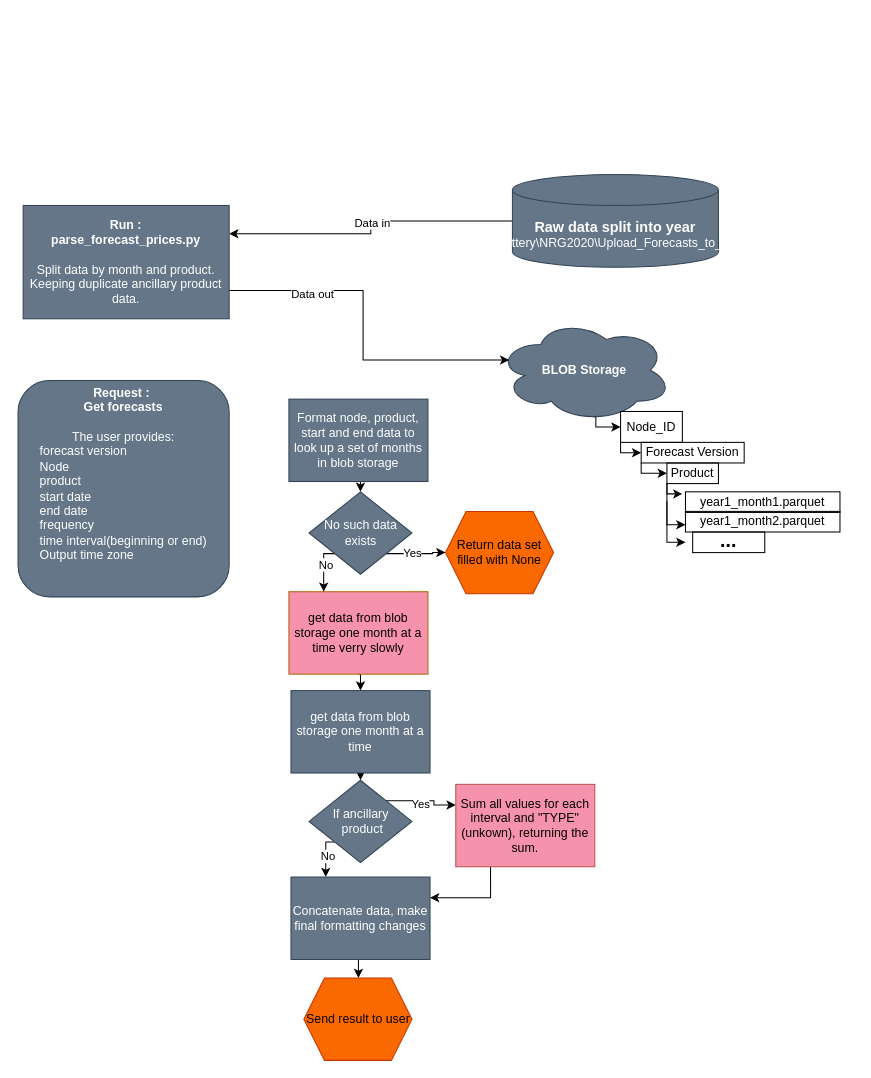
Above: page "Page-1" (1 of 2) of design_prop_1.drawio in rmFlynn/Wrighton_diagrams (draw.io), before the change. Source tidied: cells renumbered, new cells numbered last; positions are measured from the earlier drawing's top-left corner, leaving out a move shared by most shapes. Both pictures are drawn from the tidied source at 103%, with x=0, y=0 at pixel (18, 174).
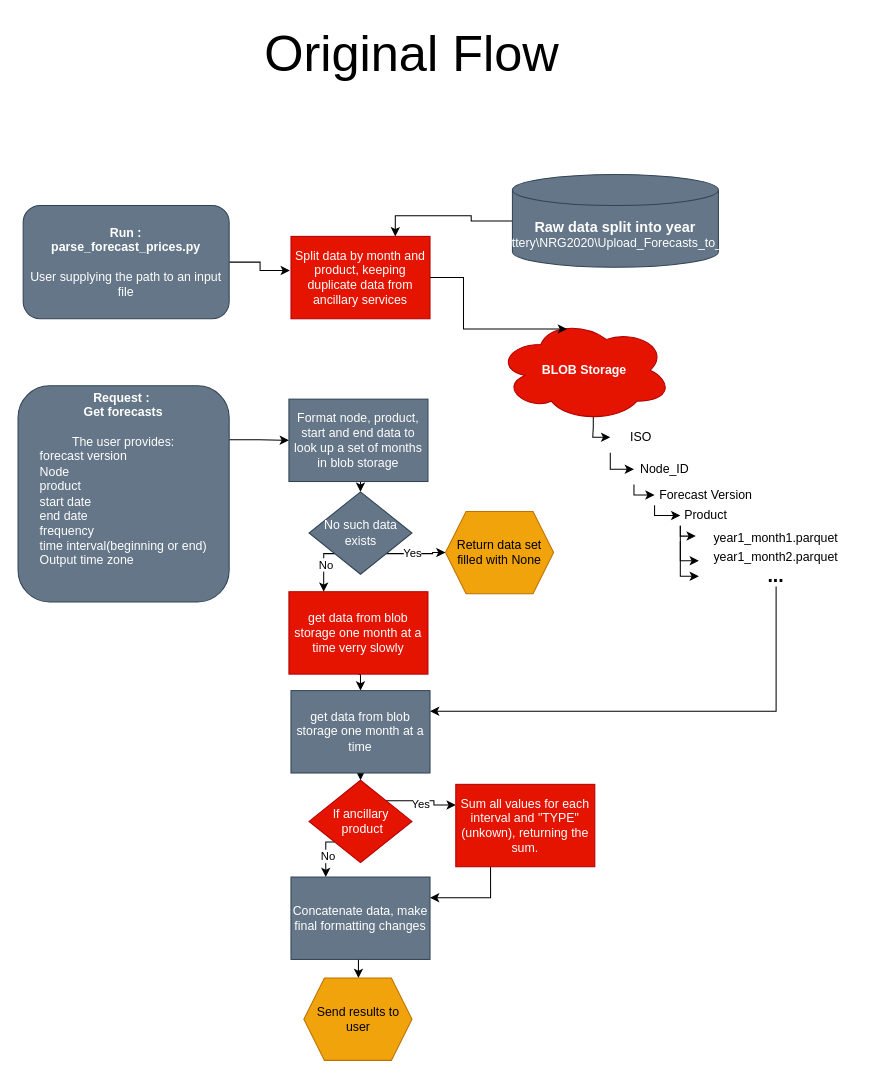
The same page after the edit.

Unchanged cells that the change refers to:
```xml
<mxCell id="4" value="&lt;font style=&quot;font-size: 14px;&quot;&gt;&lt;b&gt;Raw data split into year&lt;/b&gt;&lt;/font&gt;&lt;br&gt;\\ds01\Battery\NRG2020\Upload_Forecasts_to_Traverse" style="shape=cylinder3;whiteSpace=wrap;html=1;boundedLbl=1;backgroundOutline=1;size=15;fillColor=#647687;fontColor=#ffffff;strokeColor=#314354;" parent="1" vertex="1">
  <mxGeometry x="480" width="200" height="90" as="geometry" />
</mxCell>
<mxCell id="24" value="&lt;div&gt;Format node, product, start and end data to look up a set of months in blob storage&lt;/div&gt;" style="rounded=0;whiteSpace=wrap;html=1;fillColor=#647687;fontColor=#ffffff;strokeColor=#314354;" parent="1" vertex="1">
  <mxGeometry x="263" y="218" width="135" height="80" as="geometry" />
</mxCell>
<mxCell id="32" value="get data from blob storage one month at a time" style="rounded=0;whiteSpace=wrap;html=1;fillColor=#647687;fontColor=#ffffff;strokeColor=#314354;" parent="1" vertex="1">
  <mxGeometry x="265" y="501" width="135" height="80" as="geometry" />
</mxCell>
```

What changed in the source:
```diff
@@
-    <mxCell id="2" style="edgeStyle=orthogonalEdgeStyle;rounded=0;jettySize=auto;html=1;exitX=0;exitY=0.5;exitDx=0;exitDy=0;exitPerimeter=0;entryX=0;entryY=0.75;entryDx=0;entryDy=0;" parent="1" edge="1" source="4" target="16">
-      <mxGeometry relative="1" as="geometry" />
-    </mxCell>
-    <mxCell id="3" value="Data in" style="edgeLabel;html=1;align=center;verticalAlign=middle;" parent="2" vertex="1">
-      <mxGeometry x="-0.03" y="1" relative="1" as="geometry" />
-    </mxCell>
+    <mxCell id="44" style="edgeStyle=orthogonalEdgeStyle;rounded=0;jettySize=auto;html=1;exitX=0;exitY=0.5;exitDx=0;exitDy=0;exitPerimeter=0;entryX=0.75;entryY=0;entryDx=0;entryDy=0;" parent="1" edge="1" source="4" target="53">
+      <mxGeometry relative="1" as="geometry" />
+    </mxCell>
@@
-    <mxCell id="5" style="edgeStyle=orthogonalEdgeStyle;rounded=0;jettySize=auto;html=1;exitX=0.55;exitY=0.95;exitDx=0;exitDy=0;exitPerimeter=0;entryX=0;entryY=0.5;entryDx=0;entryDy=0;strokeColor=#000000;" parent="1" edge="1" source="6" target="8">
+    <mxCell id="5" style="edgeStyle=orthogonalEdgeStyle;rounded=0;jettySize=auto;html=1;exitX=0.55;exitY=0.95;exitDx=0;exitDy=0;exitPerimeter=0;entryX=0;entryY=0.5;entryDx=0;entryDy=0;strokeColor=#000000;" parent="1" edge="1" source="6" target="49">
       <mxGeometry relative="1" as="geometry">
         <Array as="points">
-          <mxPoint x="561" y="245" />
+          <mxPoint x="558" y="245" />
+          <mxPoint x="558" y="245" />
+          <mxPoint x="558" y="255" />
         </Array>
       </mxGeometry>
     </mxCell>
-    <mxCell id="6" value="&lt;b&gt;BLOB Storage&lt;/b&gt;" style="ellipse;shape=cloud;whiteSpace=wrap;html=1;fillColor=#647687;fontColor=#ffffff;strokeColor=#314354;" parent="1" vertex="1">
+    <mxCell id="6" value="&lt;b&gt;BLOB Storage&lt;/b&gt;" style="ellipse;shape=cloud;whiteSpace=wrap;html=1;fillColor=#e51400;fontColor=#ffffff;strokeColor=#B20000;" parent="1" vertex="1">
       <mxGeometry x="465" y="140" width="170" height="100" as="geometry" />
     </mxCell>
     <mxCell id="7" style="edgeStyle=orthogonalEdgeStyle;rounded=0;jettySize=auto;html=1;exitX=0;exitY=1;exitDx=0;exitDy=0;entryX=0;entryY=0.5;entryDx=0;entryDy=0;strokeColor=#000000;" parent="1" edge="1" source="8" target="10">
       <mxGeometry relative="1" as="geometry">
         <Array as="points">
-          <mxPoint x="585" y="270" />
+          <mxPoint x="598" y="311" />
         </Array>
       </mxGeometry>
     </mxCell>
-    <mxCell id="8" value="Node_ID" style="text;html=1;strokeColor=#000000;fillColor=none;align=center;verticalAlign=middle;whiteSpace=wrap;rounded=0;" parent="1" vertex="1">
-      <mxGeometry x="585" y="230" width="60" height="30" as="geometry" />
+    <mxCell id="8" value="Node_ID" style="text;html=1;strokeColor=none;fillColor=none;align=center;verticalAlign=middle;whiteSpace=wrap;rounded=0;" parent="1" vertex="1">
+      <mxGeometry x="598" y="271" width="60" height="30" as="geometry" />
     </mxCell>
     <mxCell id="9" style="edgeStyle=orthogonalEdgeStyle;rounded=0;jettySize=auto;html=1;exitX=0;exitY=1;exitDx=0;exitDy=0;entryX=0;entryY=0.5;entryDx=0;entryDy=0;strokeColor=#000000;" parent="1" edge="1" source="10" target="12">
       <mxGeometry relative="1" as="geometry">
         <Array as="points">
-          <mxPoint x="605" y="290" />
+          <mxPoint x="618" y="331" />
         </Array>
       </mxGeometry>
     </mxCell>
-    <mxCell id="10" value="Forecast Version" style="text;html=1;strokeColor=#000000;fillColor=none;align=center;verticalAlign=middle;whiteSpace=wrap;rounded=0;" parent="1" vertex="1">
-      <mxGeometry x="605" y="260" width="100" height="20" as="geometry" />
+    <mxCell id="10" value="Forecast Version" style="text;html=1;strokeColor=none;fillColor=none;align=center;verticalAlign=middle;whiteSpace=wrap;rounded=0;" parent="1" vertex="1">
+      <mxGeometry x="618" y="301" width="100" height="20" as="geometry" />
     </mxCell>
     <mxCell id="11" style="edgeStyle=orthogonalEdgeStyle;rounded=0;jettySize=auto;html=1;exitX=0;exitY=1;exitDx=0;exitDy=0;strokeColor=#000000;" parent="1" edge="1" source="12">
       <mxGeometry relative="1" as="geometry">
-        <mxPoint x="645" y="310" as="targetPoint" />
+        <mxPoint x="658" y="351" as="targetPoint" />
         <Array as="points">
-          <mxPoint x="630" y="310" />
+          <mxPoint x="643" y="351" />
         </Array>
       </mxGeometry>
     </mxCell>
-    <mxCell id="12" value="Product" style="text;html=1;strokeColor=#000000;fillColor=none;align=center;verticalAlign=middle;whiteSpace=wrap;rounded=0;" parent="1" vertex="1">
-      <mxGeometry x="630" y="280" width="50" height="20" as="geometry" />
+    <mxCell id="12" value="Product" style="text;html=1;strokeColor=none;fillColor=none;align=center;verticalAlign=middle;whiteSpace=wrap;rounded=0;" parent="1" vertex="1">
+      <mxGeometry x="643" y="321" width="50" height="20" as="geometry" />
     </mxCell>
-    <mxCell id="13" value="year1_month2.parquet" style="text;html=1;strokeColor=#000000;fillColor=none;align=center;verticalAlign=middle;whiteSpace=wrap;rounded=0;" parent="1" vertex="1">
-      <mxGeometry x="648" y="327" width="150" height="20" as="geometry" />
+    <mxCell id="13" value="year1_month2.parquet" style="text;html=1;strokeColor=none;fillColor=none;align=center;verticalAlign=middle;whiteSpace=wrap;rounded=0;" parent="1" vertex="1">
+      <mxGeometry x="661" y="362" width="150" height="20" as="geometry" />
     </mxCell>
-    <mxCell id="14" style="edgeStyle=orthogonalEdgeStyle;rounded=0;jettySize=auto;html=1;exitX=0;exitY=0.25;exitDx=0;exitDy=0;entryX=0.07;entryY=0.4;entryDx=0;entryDy=0;entryPerimeter=0;" parent="1" edge="1" source="16" target="6">
-      <mxGeometry relative="1" as="geometry" />
-    </mxCell>
-    <mxCell id="15" value="Data out" style="edgeLabel;html=1;align=center;verticalAlign=middle;" parent="14" vertex="1">
-      <mxGeometry x="-0.53" y="-3" relative="1" as="geometry" />
-    </mxCell>
+    <mxCell id="45" style="edgeStyle=orthogonalEdgeStyle;rounded=0;jettySize=auto;html=1;exitX=0;exitY=0.5;exitDx=0;exitDy=0;entryX=-0.008;entryY=0.413;entryDx=0;entryDy=0;entryPerimeter=0;" parent="1" edge="1" source="16" target="53">
+      <mxGeometry relative="1" as="geometry" />
+    </mxCell>
-    <mxCell id="16" value="&lt;div&gt;&lt;b&gt;Run :&lt;/b&gt;&lt;/div&gt;&lt;div&gt;&lt;b&gt;parse_forecast_prices.py&lt;/b&gt;&lt;/div&gt;&lt;div&gt;&lt;b&gt;&lt;br&gt;&lt;/b&gt;&lt;/div&gt;&lt;div&gt;Split data by month and product. Keeping duplicate ancillary product data.&lt;/div&gt;" style="rounded=0;whiteSpace=wrap;html=1;direction=west;fontStyle=0;fillColor=#647687;fontColor=#ffffff;strokeColor=#314354;" parent="1" vertex="1">
+    <mxCell id="16" value="&lt;div&gt;&lt;b&gt;Run :&lt;/b&gt;&lt;/div&gt;&lt;div&gt;&lt;b&gt;parse_forecast_prices.py&lt;/b&gt;&lt;/div&gt;&lt;div&gt;&lt;b&gt;&lt;br&gt;&lt;/b&gt;&lt;/div&gt;&lt;div&gt;User supplying the path to an input file&lt;/div&gt;" style="rounded=1;whiteSpace=wrap;html=1;direction=west;fontStyle=0;fillColor=#647687;fontColor=#ffffff;strokeColor=#314354;" parent="1" vertex="1">
       <mxGeometry x="5" y="30" width="200" height="110" as="geometry" />
     </mxCell>
@@
-    <mxCell id="21" value="&lt;div&gt;If ancillary&lt;/div&gt;&lt;div&gt;&amp;nbsp;product&lt;/div&gt;" style="rhombus;whiteSpace=wrap;html=1;fillColor=#647687;fontColor=#ffffff;strokeColor=#314354;" parent="1" vertex="1">
+    <mxCell id="21" value="&lt;div&gt;If ancillary&lt;/div&gt;&lt;div&gt;&amp;nbsp;product&lt;/div&gt;" style="rhombus;whiteSpace=wrap;html=1;fillColor=#e51400;fontColor=#ffffff;strokeColor=#B20000;" parent="1" vertex="1">
       <mxGeometry x="282.5" y="588" width="100" height="80" as="geometry" />
     </mxCell>
+    <mxCell id="46" style="edgeStyle=orthogonalEdgeStyle;rounded=0;jettySize=auto;html=1;exitX=1;exitY=0.25;exitDx=0;exitDy=0;entryX=0;entryY=0.5;entryDx=0;entryDy=0;" parent="1" edge="1" source="22" target="24">
+      <mxGeometry relative="1" as="geometry" />
+    </mxCell>
     <mxCell id="22" value="&lt;div&gt;&lt;b&gt;Request :&amp;nbsp;&lt;/b&gt;&lt;/div&gt;&lt;div&gt;&lt;b&gt;Get forecasts&lt;br&gt;&lt;/b&gt;&lt;/div&gt;&lt;div&gt;&lt;b&gt;&lt;br&gt;&lt;/b&gt;&lt;/div&gt;&lt;div align=&quot;center&quot;&gt;The user provides:&lt;/div&gt;&lt;div align=&quot;left&quot;&gt;forecast version&lt;/div&gt;&lt;div align=&quot;left&quot;&gt;Node&lt;/div&gt;&lt;div align=&quot;left&quot;&gt;product&lt;/div&gt;&lt;div align=&quot;left&quot;&gt;start date&lt;/div&gt;&lt;div align=&quot;left&quot;&gt;end date&lt;/div&gt;&lt;div align=&quot;left&quot;&gt;frequency&lt;br&gt;&lt;/div&gt;&lt;div align=&quot;left&quot;&gt;time interval(beginning or end)&lt;/div&gt;&lt;div align=&quot;left&quot;&gt;Output time zone&lt;br&gt;&lt;/div&gt;&lt;div&gt;&lt;br&gt;&lt;br&gt;&lt;/div&gt;" style="rounded=1;whiteSpace=wrap;html=1;fillColor=#647687;fontColor=#ffffff;strokeColor=#314354;" parent="1" vertex="1">
-      <mxGeometry y="200" width="205" height="210" as="geometry" />
+      <mxGeometry y="205" width="205" height="210" as="geometry" />
     </mxCell>
@@
-    <mxCell id="25" value="year1_month1.parquet" style="text;html=1;strokeColor=#000000;fillColor=none;align=center;verticalAlign=middle;whiteSpace=wrap;rounded=0;" parent="1" vertex="1">
-      <mxGeometry x="648" y="308" width="150" height="20" as="geometry" />
+    <mxCell id="25" value="year1_month1.parquet" style="text;html=1;strokeColor=none;fillColor=none;align=center;verticalAlign=middle;whiteSpace=wrap;rounded=0;" parent="1" vertex="1">
+      <mxGeometry x="661" y="343" width="150" height="20" as="geometry" />
     </mxCell>
+    <mxCell id="47" style="edgeStyle=orthogonalEdgeStyle;rounded=0;jettySize=auto;html=1;exitX=0.5;exitY=1;exitDx=0;exitDy=0;entryX=1;entryY=0.25;entryDx=0;entryDy=0;" parent="1" edge="1" source="26" target="32">
+      <mxGeometry relative="1" as="geometry" />
+    </mxCell>
-    <mxCell id="26" value="&lt;p style=&quot;line-height: 140%; font-size: 13px;&quot;&gt;&lt;font size=&quot;1&quot;&gt;&lt;b style=&quot;font-size: 19px;&quot;&gt;...&lt;/b&gt;&lt;/font&gt;&lt;/p&gt;" style="text;html=1;strokeColor=#000000;fillColor=none;align=center;verticalAlign=middle;whiteSpace=wrap;rounded=0;" parent="1" vertex="1">
-      <mxGeometry x="655" y="347" width="70" height="20" as="geometry" />
+    <mxCell id="26" value="&lt;p style=&quot;line-height: 140%; font-size: 13px;&quot;&gt;&lt;font size=&quot;1&quot;&gt;&lt;b style=&quot;font-size: 19px;&quot;&gt;...&lt;/b&gt;&lt;/font&gt;&lt;/p&gt;" style="text;html=1;strokeColor=none;fillColor=none;align=center;verticalAlign=middle;whiteSpace=wrap;rounded=0;" parent="1" vertex="1">
+      <mxGeometry x="661" y="382" width="150" height="18" as="geometry" />
     </mxCell>
     <mxCell id="27" style="edgeStyle=orthogonalEdgeStyle;rounded=0;jettySize=auto;html=1;exitX=0;exitY=1;exitDx=0;exitDy=0;strokeColor=#000000;" parent="1" edge="1" target="13">
       <mxGeometry relative="1" as="geometry">
-        <mxPoint x="630" y="300" as="sourcePoint" />
+        <mxPoint x="643" y="341" as="sourcePoint" />
         <Array as="points">
-          <mxPoint x="630" y="340" />
+          <mxPoint x="643" y="375" />
         </Array>
       </mxGeometry>
     </mxCell>
-    <mxCell id="28" style="edgeStyle=orthogonalEdgeStyle;rounded=0;orthogonalLoop=1;jettySize=auto;html=1;exitX=0;exitY=1;exitDx=0;exitDy=0;strokeColor=#000000;" parent="1" edge="1">
-      <mxGeometry relative="1" as="geometry">
-        <mxPoint x="630" y="317" as="sourcePoint" />
-        <mxPoint x="648" y="357" as="targetPoint" />
-        <Array as="points">
-          <mxPoint x="630" y="357" />
-        </Array>
-      </mxGeometry>
-    </mxCell>
@@
-    <mxCell id="30" value="get data from blob storage one month at a time verry slowly" style="rounded=0;whiteSpace=wrap;html=1;fillColor=#F792AD;strokeColor=#b46504;" parent="1" vertex="1">
+    <mxCell id="30" value="get data from blob storage one month at a time verry slowly" style="rounded=0;whiteSpace=wrap;html=1;fillColor=#e51400;strokeColor=#B20000;fontColor=#ffffff;" parent="1" vertex="1">
       <mxGeometry x="263" y="405" width="135" height="80" as="geometry" />
     </mxCell>
@@
-    <mxCell id="41" value="Sum all values for each interval and &quot;TYPE&quot;(unkown), returning the sum." style="rounded=0;whiteSpace=wrap;html=1;fillColor=#F792AD;strokeColor=#b85450;" parent="1" vertex="1">
+    <mxCell id="41" value="Sum all values for each interval and &quot;TYPE&quot;(unkown), returning the sum." style="rounded=0;whiteSpace=wrap;html=1;fillColor=#e51400;strokeColor=#B20000;fontColor=#ffffff;" parent="1" vertex="1">
       <mxGeometry x="425" y="592" width="135" height="80" as="geometry" />
     </mxCell>
-    <mxCell id="42" value="Return data set filled with None" style="shape=hexagon;perimeter=hexagonPerimeter2;whiteSpace=wrap;html=1;fixedSize=1;fillColor=#fa6800;fontColor=#000000;strokeColor=#C73500;" parent="1" vertex="1">
+    <mxCell id="42" value="Return data set filled with None" style="shape=hexagon;perimeter=hexagonPerimeter2;whiteSpace=wrap;html=1;fixedSize=1;fillColor=#f0a30a;fontColor=#000000;strokeColor=#BD7000;" parent="1" vertex="1">
       <mxGeometry x="415" y="327" width="105" height="80" as="geometry" />
     </mxCell>
-    <mxCell id="43" value="Send result to user" style="shape=hexagon;perimeter=hexagonPerimeter2;whiteSpace=wrap;html=1;fixedSize=1;fillColor=#fa6800;fontColor=#000000;strokeColor=#C73500;" parent="1" vertex="1">
+    <mxCell id="43" value="Send results to user" style="shape=hexagon;perimeter=hexagonPerimeter2;whiteSpace=wrap;html=1;fixedSize=1;fillColor=#f0a30a;fontColor=#000000;strokeColor=#BD7000;" parent="1" vertex="1">
       <mxGeometry x="277.5" y="780" width="105" height="80" as="geometry" />
     </mxCell>
+    <mxCell id="48" style="edgeStyle=orthogonalEdgeStyle;rounded=0;jettySize=auto;html=1;exitX=0;exitY=1;exitDx=0;exitDy=0;entryX=0;entryY=0.5;entryDx=0;entryDy=0;" parent="1" edge="1" source="49" target="8">
+      <mxGeometry relative="1" as="geometry">
+        <Array as="points">
+          <mxPoint x="575" y="286" />
+        </Array>
+      </mxGeometry>
+    </mxCell>
+    <mxCell id="49" value="ISO" style="text;html=1;strokeColor=none;fillColor=none;align=center;verticalAlign=middle;whiteSpace=wrap;rounded=0;" parent="1" vertex="1">
+      <mxGeometry x="575" y="240" width="60" height="30" as="geometry" />
+    </mxCell>
+    <mxCell id="50" style="edgeStyle=orthogonalEdgeStyle;rounded=0;orthogonalLoop=1;jettySize=auto;html=1;exitX=0;exitY=1;exitDx=0;exitDy=0;strokeColor=#000000;" parent="1" edge="1">
+      <mxGeometry relative="1" as="geometry">
+        <mxPoint x="643" y="356" as="sourcePoint" />
+        <mxPoint x="661" y="390" as="targetPoint" />
+        <Array as="points">
+          <mxPoint x="643" y="390" />
+        </Array>
+      </mxGeometry>
+    </mxCell>
+    <mxCell id="51" value="&lt;font style=&quot;font-size: 49px;&quot;&gt;Original Flow&lt;/font&gt;" style="text;html=1;align=center;verticalAlign=middle;strokeColor=none;fillColor=none;" parent="1" vertex="1">
+      <mxGeometry x="227" y="-152" width="310" height="70" as="geometry" />
+    </mxCell>
+    <mxCell id="52" style="edgeStyle=orthogonalEdgeStyle;rounded=0;jettySize=auto;html=1;exitX=1;exitY=0.5;exitDx=0;exitDy=0;entryX=0.4;entryY=0.1;entryDx=0;entryDy=0;entryPerimeter=0;" parent="1" edge="1" source="53" target="6">
+      <mxGeometry relative="1" as="geometry" />
+    </mxCell>
+    <mxCell id="53" value="&lt;div&gt;Split data by month and product, keeping duplicate data from ancillary services&lt;br&gt;&lt;/div&gt;" style="rounded=0;whiteSpace=wrap;html=1;fillColor=#e51400;fontColor=#ffffff;strokeColor=#B20000;" parent="1" vertex="1">
+      <mxGeometry x="265" y="60" width="135" height="80" as="geometry" />
+    </mxCell>
```
